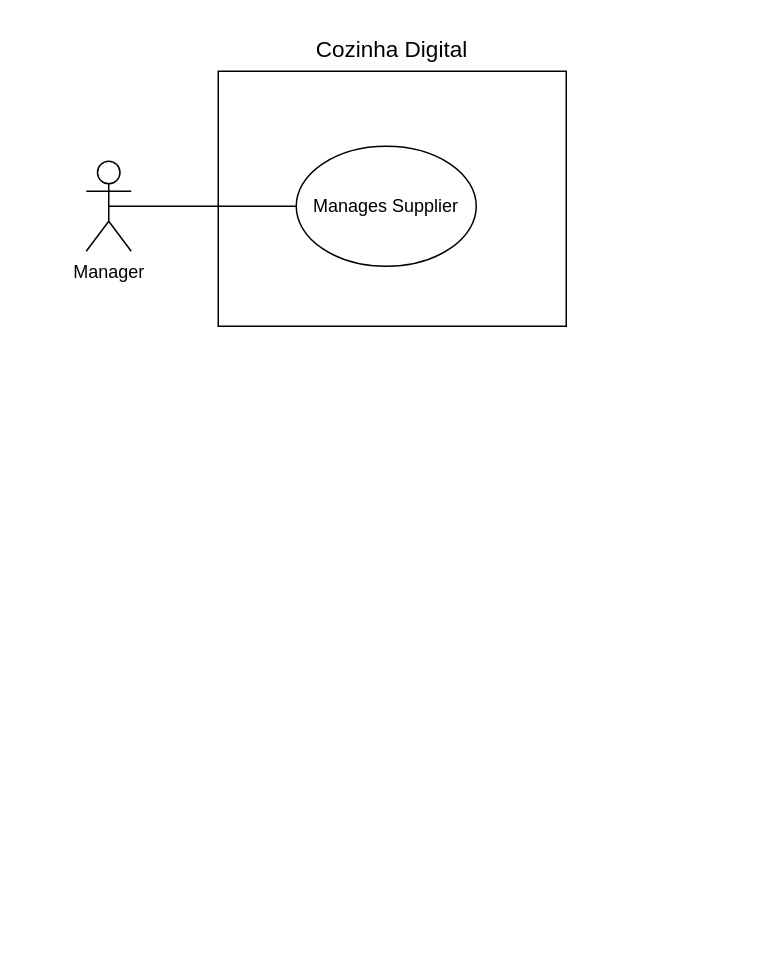
Before: page "Caso-de-uso" (1 of 2) of docs/casos-de-uso-cozinha.drawio in Weverton-Vitor/cozinha-core, a draw.io diagram. Source tidied: cells renumbered, new cells numbered last; positions are measured from the earlier drawing's top-left corner, leaving out a move shared by most shapes. Both pictures are drawn from the tidied source at 150%, with x=0, y=0 at pixel (86, 26).
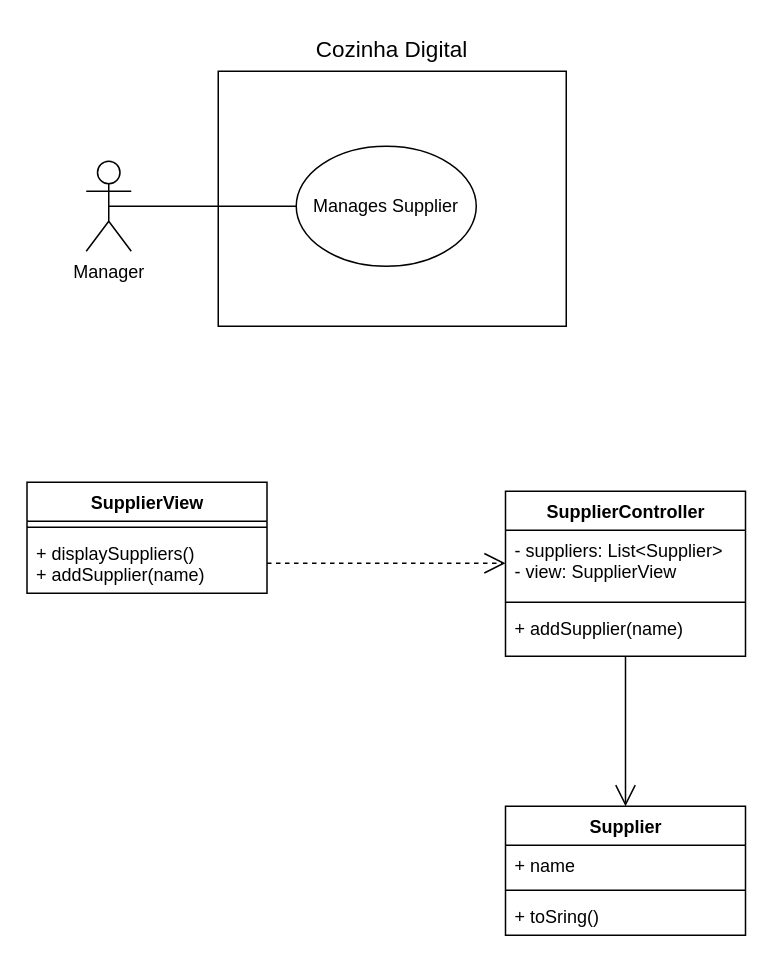
After the change.

Commit message (it also covers changes not shown here):
feat: implements first use case based on generated UML diagram

What changed in the source:
```diff
@@
 <mxGraphModel>
   <root>
     <mxCell id="0" />
     <mxCell id="1" parent="0" />
     <mxCell id="2" style="rounded=0;whiteSpace=wrap;html=1;" parent="1" vertex="1">
       <mxGeometry x="88" y="30" width="232" height="170" as="geometry" />
     </mxCell>
     <mxCell id="3" value="Cozinha Digital" style="text;html=1;align=center;verticalAlign=middle;whiteSpace=wrap;rounded=0;fontSize=15;" parent="1" vertex="1">
       <mxGeometry x="109" width="190" height="30" as="geometry" />
     </mxCell>
     <mxCell id="4" style="rounded=0;jettySize=auto;html=1;exitX=0.5;exitY=0.5;exitDx=0;exitDy=0;exitPerimeter=0;endArrow=none;startFill=0;" parent="1" edge="1" source="5" target="6">
       <mxGeometry relative="1" as="geometry" />
     </mxCell>
     <mxCell id="5" value="Manager" style="shape=umlActor;verticalLabelPosition=bottom;verticalAlign=top;html=1;outlineConnect=0;" parent="1" vertex="1">
       <mxGeometry y="90" width="30" height="60" as="geometry" />
     </mxCell>
     <mxCell id="6" value="Manages Supplier" style="ellipse;whiteSpace=wrap;html=1;" parent="1" vertex="1">
       <mxGeometry x="140" y="80" width="120" height="80" as="geometry" />
     </mxCell>
+    <mxCell id="7" value="&lt;b&gt;SupplierView&lt;/b&gt;" style="swimlane;fontStyle=1;align=center;verticalAlign=top;horizontal=1;startSize=26;whiteSpace=wrap;html=1;" parent="1" vertex="1">
+      <mxGeometry x="-39.5" y="304" width="160" height="74" as="geometry" />
+    </mxCell>
+    <mxCell id="8" style="line;strokeWidth=1;fillColor=none;align=left;verticalAlign=middle;spacingTop=-1;spacingLeft=3;spacingRight=3;labelPosition=right;strokeColor=inherit;" parent="7" vertex="1">
+      <mxGeometry y="26" width="160" height="8" as="geometry" />
+    </mxCell>
+    <mxCell id="9" value="+ displaySuppliers()&lt;div&gt;+ addSupplier(name)&lt;/div&gt;" style="text;strokeColor=none;fillColor=none;align=left;verticalAlign=top;spacingLeft=4;spacingRight=4;overflow=hidden;points=[[0,0.5],[1,0.5]];portConstraint=eastwest;whiteSpace=wrap;html=1;" parent="7" vertex="1">
+      <mxGeometry y="34" width="160" height="40" as="geometry" />
+    </mxCell>
+    <mxCell id="10" style="edgeStyle=orthogonalEdgeStyle;rounded=0;jettySize=auto;html=1;entryX=0.5;entryY=0;entryDx=0;entryDy=0;endSize=12;endArrow=open;endFill=0;" parent="1" edge="1" source="11" target="15">
+      <mxGeometry relative="1" as="geometry" />
+    </mxCell>
+    <mxCell id="11" value="&lt;b&gt;SupplierController&lt;/b&gt;" style="swimlane;fontStyle=1;align=center;verticalAlign=top;horizontal=1;startSize=26;whiteSpace=wrap;html=1;" parent="1" vertex="1">
+      <mxGeometry x="279.5" y="310" width="160" height="110" as="geometry" />
+    </mxCell>
+    <mxCell id="12" value="- suppliers: List&amp;lt;Supplier&amp;gt;&lt;div&gt;- view: SupplierView&lt;/div&gt;" style="text;strokeColor=none;fillColor=none;align=left;verticalAlign=top;spacingLeft=4;spacingRight=4;overflow=hidden;points=[[0,0.5],[1,0.5]];portConstraint=eastwest;whiteSpace=wrap;html=1;" parent="11" vertex="1">
+      <mxGeometry y="26" width="160" height="44" as="geometry" />
+    </mxCell>
+    <mxCell id="13" style="line;strokeWidth=1;fillColor=none;align=left;verticalAlign=middle;spacingTop=-1;spacingLeft=3;spacingRight=3;labelPosition=right;strokeColor=inherit;" parent="11" vertex="1">
+      <mxGeometry y="70" width="160" height="8" as="geometry" />
+    </mxCell>
+    <mxCell id="14" value="+ addSupplier(name)" style="text;strokeColor=none;fillColor=none;align=left;verticalAlign=top;spacingLeft=4;spacingRight=4;overflow=hidden;whiteSpace=wrap;html=1;" parent="11" vertex="1">
+      <mxGeometry y="78" width="160" height="32" as="geometry" />
+    </mxCell>
+    <mxCell id="15" value="&lt;b&gt;Supplier&lt;/b&gt;" style="swimlane;fontStyle=1;align=center;verticalAlign=top;horizontal=1;startSize=26;whiteSpace=wrap;html=1;" parent="1" vertex="1">
+      <mxGeometry x="279.5" y="520" width="160" height="86" as="geometry" />
+    </mxCell>
+    <mxCell id="16" value="+ name" style="text;strokeColor=none;fillColor=none;align=left;verticalAlign=top;spacingLeft=4;spacingRight=4;overflow=hidden;whiteSpace=wrap;html=1;" parent="15" vertex="1">
+      <mxGeometry y="26" width="160" height="26" as="geometry" />
+    </mxCell>
+    <mxCell id="17" style="line;strokeWidth=1;fillColor=none;align=left;verticalAlign=middle;spacingTop=-1;spacingLeft=3;spacingRight=3;labelPosition=right;strokeColor=inherit;" parent="15" vertex="1">
+      <mxGeometry y="52" width="160" height="8" as="geometry" />
+    </mxCell>
+    <mxCell id="18" value="+ toSring()" style="text;strokeColor=none;fillColor=none;align=left;verticalAlign=top;spacingLeft=4;spacingRight=4;overflow=hidden;whiteSpace=wrap;html=1;" parent="15" vertex="1">
+      <mxGeometry y="60" width="160" height="26" as="geometry" />
+    </mxCell>
+    <mxCell id="19" style="edgeStyle=orthogonalEdgeStyle;rounded=0;jettySize=auto;html=1;entryX=0;entryY=0.5;entryDx=0;entryDy=0;endArrow=open;endFill=0;dashed=1;strokeWidth=1;endSize=12;exitX=1;exitY=0.5;exitDx=0;exitDy=0;" parent="1" edge="1" source="9" target="12">
+      <mxGeometry relative="1" as="geometry" />
+    </mxCell>
   </root>
 </mxGraphModel>
```
